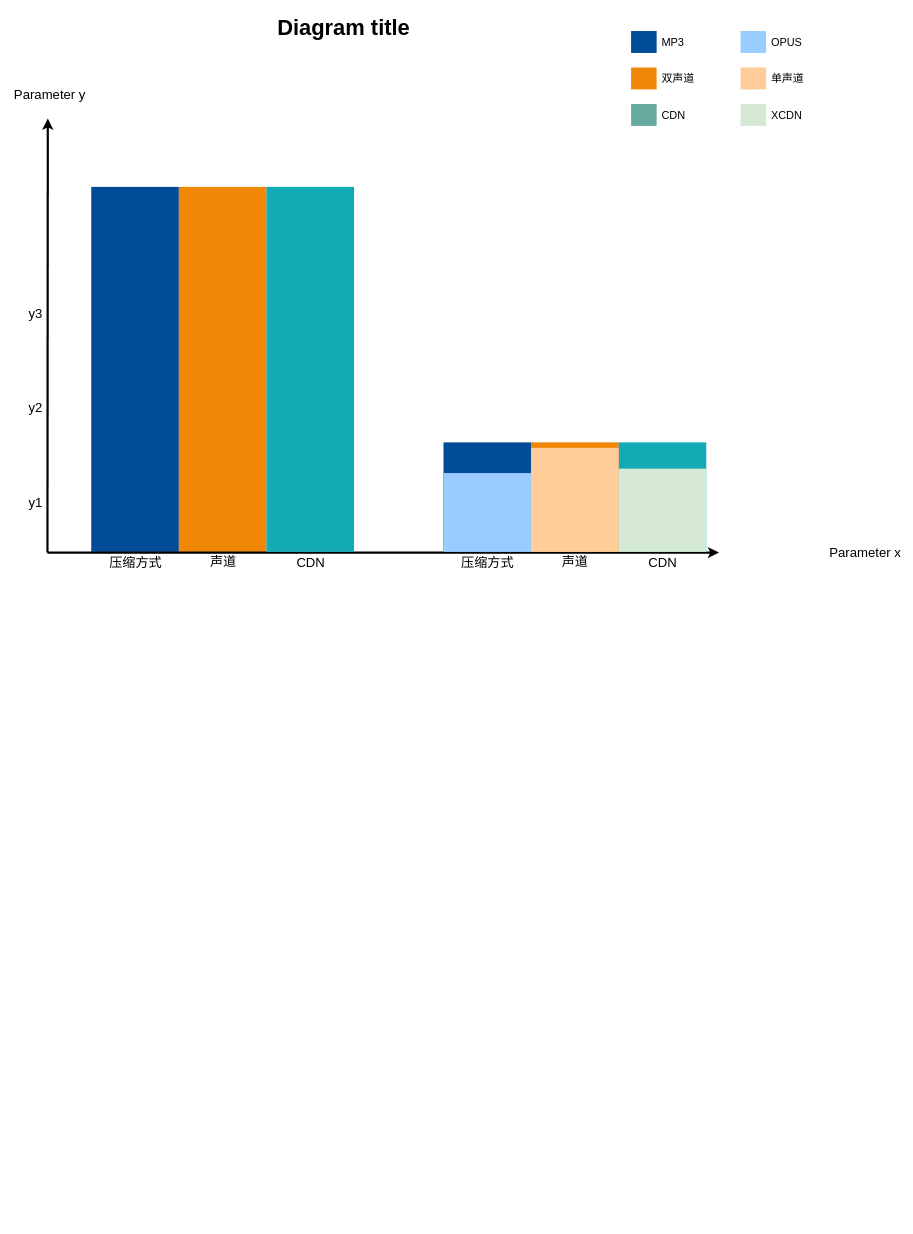
Above: 未命名绘图.drawio in gaochenxi/23_jinsheng (draw.io), before the change. Source tidied: cells renumbered, new cells numbered last; positions are measured from the earlier drawing's top-left corner, leaving out a move shared by most shapes. Both pictures are drawn from the tidied source at 73%, with x=0, y=0 at pixel (12, 12).
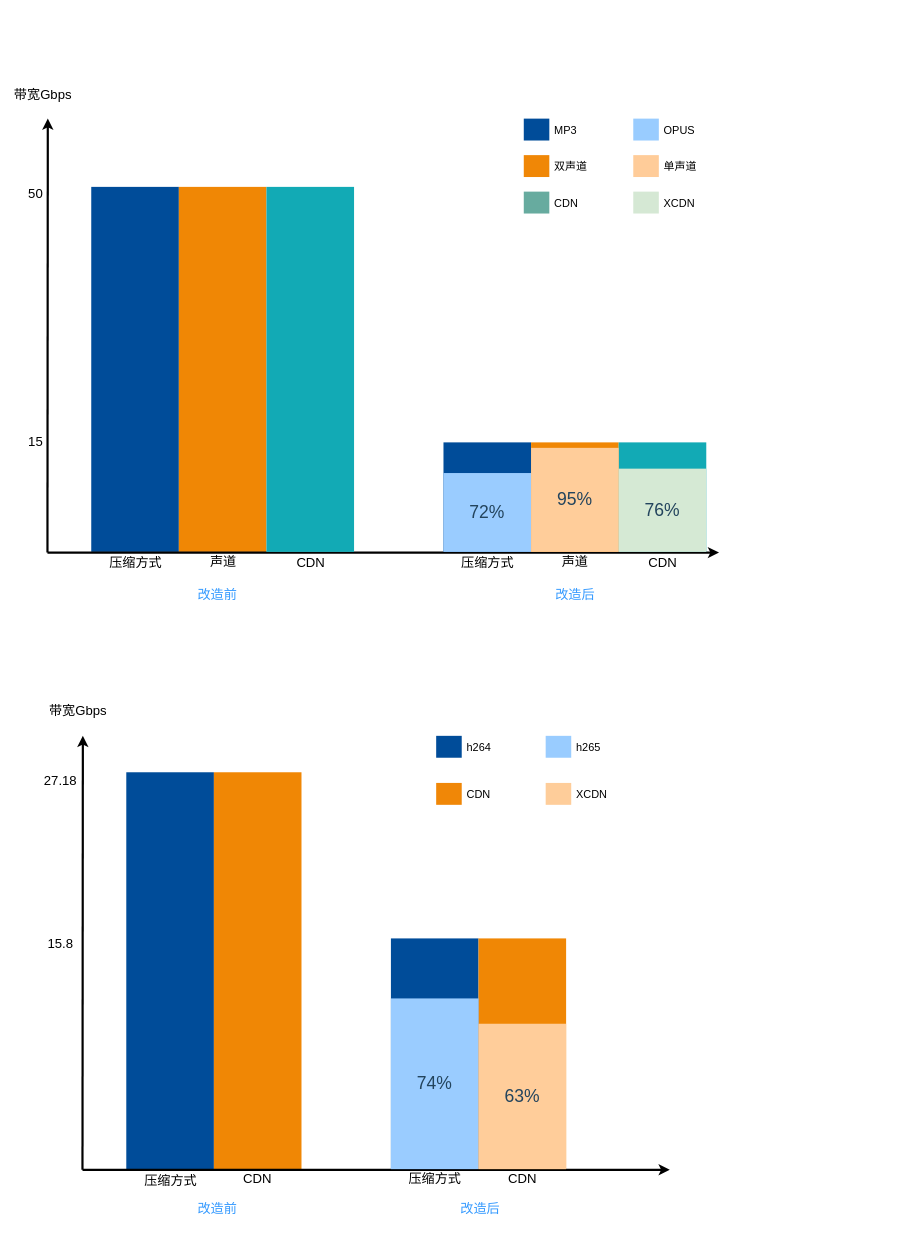
Above is the later version.

Commit message:
更新未命名绘图.drawio

Change to the diagram source:
```diff
@@
-    <mxCell id="6" value="Parameter x" style="text;spacingTop=-5;html=1;fontSize=18;fontStyle=0;strokeColor=none;" parent="1" vertex="1">
-      <mxGeometry x="1117" y="728.5" width="80" height="20" as="geometry" />
-    </mxCell>
@@
-    <mxCell id="9" value="Parameter y" style="text;spacingTop=-5;html=1;fontSize=18;fontStyle=0;" parent="1" vertex="1">
+    <mxCell id="9" value="带宽Gbps" style="text;spacingTop=-5;html=1;fontSize=18;fontStyle=0;" parent="1" vertex="1">
       <mxGeometry y="100.5" width="80" height="20" as="geometry" />
     </mxCell>
-    <mxCell id="10" value="y1" style="text;spacingTop=-5;align=center;verticalAlign=middle;fontStyle=0;html=1;fontSize=18;" parent="1" vertex="1">
-      <mxGeometry x="15.5" y="610.5" width="30" height="130" as="geometry" />
-    </mxCell>
-    <mxCell id="11" value="y2" style="text;spacingTop=-5;align=center;verticalAlign=middle;fontStyle=0;html=1;fontSize=18;" parent="1" vertex="1">
-      <mxGeometry x="15.5" y="480.5" width="30" height="130" as="geometry" />
+    <mxCell id="11" value="15" style="text;spacingTop=-5;align=center;verticalAlign=middle;fontStyle=0;html=1;fontSize=18;" parent="1" vertex="1">
+      <mxGeometry x="15.5" y="526" width="30" height="130" as="geometry" />
     </mxCell>
-    <mxCell id="12" value="y3" style="text;spacingTop=-5;align=center;verticalAlign=middle;fontStyle=0;html=1;fontSize=18;" parent="1" vertex="1">
-      <mxGeometry x="15.5" y="350.5" width="30" height="130" as="geometry" />
+    <mxCell id="12" value="50" style="text;spacingTop=-5;align=center;verticalAlign=middle;fontStyle=0;html=1;fontSize=18;" parent="1" vertex="1">
+      <mxGeometry x="15.5" y="186" width="30" height="130" as="geometry" />
     </mxCell>
-    <mxCell id="13" value="&lt;font style=&quot;font-size: 30px;&quot;&gt;Diagram title&lt;/font&gt;" style="text;spacingTop=-5;align=center;verticalAlign=middle;fontSize=30;fontStyle=1;html=1;" parent="1" vertex="1">
-      <mxGeometry x="47.5" y="0.5" width="810" height="45" as="geometry" />
-    </mxCell>
@@
     <mxCell id="16" style="group;" parent="1" vertex="1">
-      <mxGeometry x="997" y="26" width="120" height="30" as="geometry" />
+      <mxGeometry x="850" y="146" width="120" height="30" as="geometry" />
     </mxCell>
@@
     <mxCell id="19" style="group;" parent="1" vertex="1">
-      <mxGeometry x="847" y="26" width="120" height="30" as="geometry" />
+      <mxGeometry x="700" y="146" width="120" height="30" as="geometry" />
     </mxCell>
@@
     <mxCell id="22" style="group;" parent="1" vertex="1">
-      <mxGeometry x="847" y="76" width="120" height="30" as="geometry" />
+      <mxGeometry x="700" y="196" width="120" height="30" as="geometry" />
     </mxCell>
@@
     <mxCell id="25" style="group;" parent="1" vertex="1">
-      <mxGeometry x="997" y="76" width="120" height="30" as="geometry" />
+      <mxGeometry x="850" y="196" width="120" height="30" as="geometry" />
     </mxCell>
@@
     <mxCell id="28" style="group;" parent="1" vertex="1">
-      <mxGeometry x="847" y="126" width="120" height="30" as="geometry" />
+      <mxGeometry x="700" y="246" width="120" height="30" as="geometry" />
     </mxCell>
@@
     <mxCell id="31" style="group;" parent="1" vertex="1">
-      <mxGeometry x="997" y="126" width="120" height="30" as="geometry" />
+      <mxGeometry x="850" y="246" width="120" height="30" as="geometry" />
     </mxCell>
@@
-    <mxCell id="40" style="whiteSpace=wrap;fillColor=#9accff;gradientColor=none;gradientDirection=east;strokeColor=none;html=1;fontColor=#23445d;rotation=0;" parent="1" vertex="1">
+    <mxCell id="40" value="&lt;font style=&quot;font-size: 24px;&quot;&gt;72%&lt;/font&gt;" style="whiteSpace=wrap;fillColor=#9accff;gradientColor=none;gradientDirection=east;strokeColor=none;html=1;fontColor=#23445d;rotation=0;" parent="1" vertex="1">
       <mxGeometry x="590" y="631.5" width="120" height="108" as="geometry" />
     </mxCell>
-    <mxCell id="41" style="whiteSpace=wrap;fillColor=#ffcd9a;gradientColor=none;gradientDirection=east;strokeColor=none;html=1;fontColor=#23445d;rotation=0;" parent="1" vertex="1">
+    <mxCell id="41" value="&lt;font style=&quot;font-size: 24px;&quot;&gt;95%&lt;/font&gt;" style="whiteSpace=wrap;fillColor=#ffcd9a;gradientColor=none;gradientDirection=east;strokeColor=none;html=1;fontColor=#23445d;rotation=0;" parent="1" vertex="1">
       <mxGeometry x="710" y="597" width="120" height="142.5" as="geometry" />
     </mxCell>
-    <mxCell id="42" style="whiteSpace=wrap;fillColor=#d5e9d4;gradientColor=none;gradientDirection=east;strokeColor=none;html=1;fontColor=#23445d;rotation=0;" parent="1" vertex="1">
+    <mxCell id="42" value="&lt;font style=&quot;font-size: 24px;&quot;&gt;76%&lt;/font&gt;" style="whiteSpace=wrap;fillColor=#d5e9d4;gradientColor=none;gradientDirection=east;strokeColor=none;html=1;fontColor=#23445d;rotation=0;" parent="1" vertex="1">
       <mxGeometry x="830" y="625.5" width="120" height="114" as="geometry" />
     </mxCell>
+    <mxCell id="43" value="&lt;font color=&quot;#3399ff&quot;&gt;改造前&lt;/font&gt;" style="text;spacingTop=-5;align=center;verticalAlign=middle;fontStyle=0;html=1;fontSize=18;strokeColor=none;" parent="1" vertex="1">
+      <mxGeometry x="220" y="786" width="120" height="30" as="geometry" />
+    </mxCell>
+    <mxCell id="44" value="&lt;font color=&quot;#3399ff&quot;&gt;改造后&lt;/font&gt;" style="text;spacingTop=-5;align=center;verticalAlign=middle;fontStyle=0;html=1;fontSize=18;strokeColor=none;" parent="1" vertex="1">
+      <mxGeometry x="710" y="786" width="120" height="30" as="geometry" />
+    </mxCell>
+    <mxCell id="45" style="edgeStyle=none;html=1;fontColor=#000000;strokeWidth=3;strokeColor=#000000;" parent="1" edge="1">
+      <mxGeometry relative="1" as="geometry">
+        <mxPoint x="95.5" y="1586" as="sourcePoint" />
+        <mxPoint x="96" y="991.5" as="targetPoint" />
+      </mxGeometry>
+    </mxCell>
+    <mxCell id="46" style="whiteSpace=wrap;fillColor=#004c99;gradientColor=none;gradientDirection=east;strokeColor=none;html=1;fontColor=#23445d;rotation=0;" parent="1" vertex="1">
+      <mxGeometry x="155.5" y="1041.4" width="120" height="543.6" as="geometry" />
+    </mxCell>
+    <mxCell id="47" style="whiteSpace=wrap;fillColor=#F08705;gradientColor=none;gradientDirection=east;strokeColor=none;html=1;fontColor=#23445d;rotation=0;" parent="1" vertex="1">
+      <mxGeometry x="275.5" y="1041.4" width="120" height="543.6" as="geometry" />
+    </mxCell>
+    <mxCell id="48" style="edgeStyle=none;html=1;fontColor=#000000;strokeWidth=3;strokeColor=#000000;" parent="1" edge="1">
+      <mxGeometry relative="1" as="geometry">
+        <mxPoint x="95.5" y="1586" as="sourcePoint" />
+        <mxPoint x="900" y="1586" as="targetPoint" />
+      </mxGeometry>
+    </mxCell>
+    <mxCell id="49" value="压缩方式" style="text;spacingTop=-5;align=center;verticalAlign=middle;fontStyle=0;html=1;fontSize=18;strokeColor=none;" parent="1" vertex="1">
+      <mxGeometry x="155.5" y="1588" width="120" height="30" as="geometry" />
+    </mxCell>
+    <mxCell id="50" value="CDN" style="text;spacingTop=-5;align=center;verticalAlign=middle;fontStyle=0;html=1;fontSize=18;strokeColor=none;" parent="1" vertex="1">
+      <mxGeometry x="274.5" y="1586" width="120" height="30" as="geometry" />
+    </mxCell>
+    <mxCell id="51" value="带宽Gbps" style="text;spacingTop=-5;html=1;fontSize=18;fontStyle=0;" parent="1" vertex="1">
+      <mxGeometry x="48" y="946" width="80" height="20" as="geometry" />
+    </mxCell>
+    <mxCell id="52" value="15.8" style="text;spacingTop=-5;align=center;verticalAlign=middle;fontStyle=0;html=1;fontSize=18;" parent="1" vertex="1">
+      <mxGeometry x="50" y="1214" width="30" height="130" as="geometry" />
+    </mxCell>
+    <mxCell id="53" value="27.18" style="text;spacingTop=-5;align=center;verticalAlign=middle;fontStyle=0;html=1;fontSize=18;" parent="1" vertex="1">
+      <mxGeometry x="50" y="991.5" width="30" height="130" as="geometry" />
+    </mxCell>
+    <mxCell id="54" style="group;" parent="1" vertex="1">
+      <mxGeometry x="730" y="991.5" width="120" height="30" as="geometry" />
+    </mxCell>
+    <mxCell id="55" style="whiteSpace=wrap;fillColor=#99CCFF;gradientColor=none;gradientDirection=east;strokeColor=none;html=1;fontColor=#23445d;" parent="54" vertex="1">
+      <mxGeometry width="35" height="30" as="geometry" />
+    </mxCell>
+    <mxCell id="56" value="h265" style="text;spacingTop=-5;html=1;fontSize=15;" parent="54" vertex="1">
+      <mxGeometry x="40" y="5" width="80" height="20" as="geometry" />
+    </mxCell>
+    <mxCell id="57" style="group;" parent="1" vertex="1">
+      <mxGeometry x="580" y="991.5" width="120" height="30" as="geometry" />
+    </mxCell>
+    <mxCell id="58" style="whiteSpace=wrap;fillColor=#004C99;gradientColor=none;gradientDirection=east;strokeColor=none;html=1;fontColor=#23445d;" parent="57" vertex="1">
+      <mxGeometry width="35" height="30" as="geometry" />
+    </mxCell>
+    <mxCell id="59" value="h264" style="text;spacingTop=-5;html=1;fontSize=15;" parent="57" vertex="1">
+      <mxGeometry x="40" y="5" width="80" height="20" as="geometry" />
+    </mxCell>
+    <mxCell id="60" style="group;" parent="1" vertex="1">
+      <mxGeometry x="580" y="1056" width="120" height="30" as="geometry" />
+    </mxCell>
+    <mxCell id="61" style="whiteSpace=wrap;fillColor=#f08707;gradientColor=none;gradientDirection=east;strokeColor=none;html=1;fontColor=#23445d;" parent="60" vertex="1">
+      <mxGeometry width="35" height="30" as="geometry" />
+    </mxCell>
+    <mxCell id="62" value="CDN" style="text;spacingTop=-5;html=1;fontSize=15;" parent="60" vertex="1">
+      <mxGeometry x="40" y="5" width="80" height="25" as="geometry" />
+    </mxCell>
+    <mxCell id="63" style="group;" parent="1" vertex="1">
+      <mxGeometry x="730" y="1056" width="120" height="30" as="geometry" />
+    </mxCell>
+    <mxCell id="64" style="whiteSpace=wrap;fillColor=#fecd9a;gradientColor=none;gradientDirection=east;strokeColor=none;html=1;fontColor=#23445d;" parent="63" vertex="1">
+      <mxGeometry width="35" height="30" as="geometry" />
+    </mxCell>
+    <mxCell id="65" value="XCDN" style="text;spacingTop=-5;html=1;fontSize=15;" parent="63" vertex="1">
+      <mxGeometry x="40" y="5" width="80" height="25" as="geometry" />
+    </mxCell>
+    <mxCell id="66" style="whiteSpace=wrap;fillColor=#004c99;gradientColor=none;gradientDirection=east;strokeColor=none;html=1;fontColor=#23445d;rotation=0;" parent="1" vertex="1">
+      <mxGeometry x="518" y="1269" width="120" height="316" as="geometry" />
+    </mxCell>
+    <mxCell id="67" style="whiteSpace=wrap;fillColor=#F08705;gradientColor=none;gradientDirection=east;strokeColor=none;html=1;fontColor=#23445d;rotation=0;" parent="1" vertex="1">
+      <mxGeometry x="638" y="1269" width="120" height="316" as="geometry" />
+    </mxCell>
+    <mxCell id="68" value="压缩方式" style="text;spacingTop=-5;align=center;verticalAlign=middle;fontStyle=0;html=1;fontSize=18;strokeColor=none;" parent="1" vertex="1">
+      <mxGeometry x="518" y="1585" width="120" height="30" as="geometry" />
+    </mxCell>
+    <mxCell id="69" value="CDN" style="text;spacingTop=-5;align=center;verticalAlign=middle;fontStyle=0;html=1;fontSize=18;strokeColor=none;" parent="1" vertex="1">
+      <mxGeometry x="638" y="1585" width="120" height="30" as="geometry" />
+    </mxCell>
+    <mxCell id="70" value="&lt;font style=&quot;font-size: 24px;&quot;&gt;74%&lt;/font&gt;" style="whiteSpace=wrap;fillColor=#9accff;gradientColor=none;gradientDirection=east;strokeColor=none;html=1;fontColor=#23445d;rotation=0;" parent="1" vertex="1">
+      <mxGeometry x="518" y="1351.2" width="120" height="233.8" as="geometry" />
+    </mxCell>
+    <mxCell id="71" value="&lt;font style=&quot;font-size: 24px;&quot;&gt;63%&lt;/font&gt;" style="whiteSpace=wrap;fillColor=#ffcd9a;gradientColor=none;gradientDirection=east;strokeColor=none;html=1;fontColor=#23445d;rotation=0;" parent="1" vertex="1">
+      <mxGeometry x="638" y="1385.9" width="120" height="199.1" as="geometry" />
+    </mxCell>
+    <mxCell id="72" value="&lt;font color=&quot;#3399ff&quot;&gt;改造前&lt;/font&gt;" style="text;spacingTop=-5;align=center;verticalAlign=middle;fontStyle=0;html=1;fontSize=18;strokeColor=none;" parent="1" vertex="1">
+      <mxGeometry x="220" y="1627" width="120" height="30" as="geometry" />
+    </mxCell>
+    <mxCell id="73" value="&lt;font color=&quot;#3399ff&quot;&gt;改造后&lt;/font&gt;" style="text;spacingTop=-5;align=center;verticalAlign=middle;fontStyle=0;html=1;fontSize=18;strokeColor=none;" parent="1" vertex="1">
+      <mxGeometry x="580" y="1627" width="120" height="30" as="geometry" />
+    </mxCell>
```
